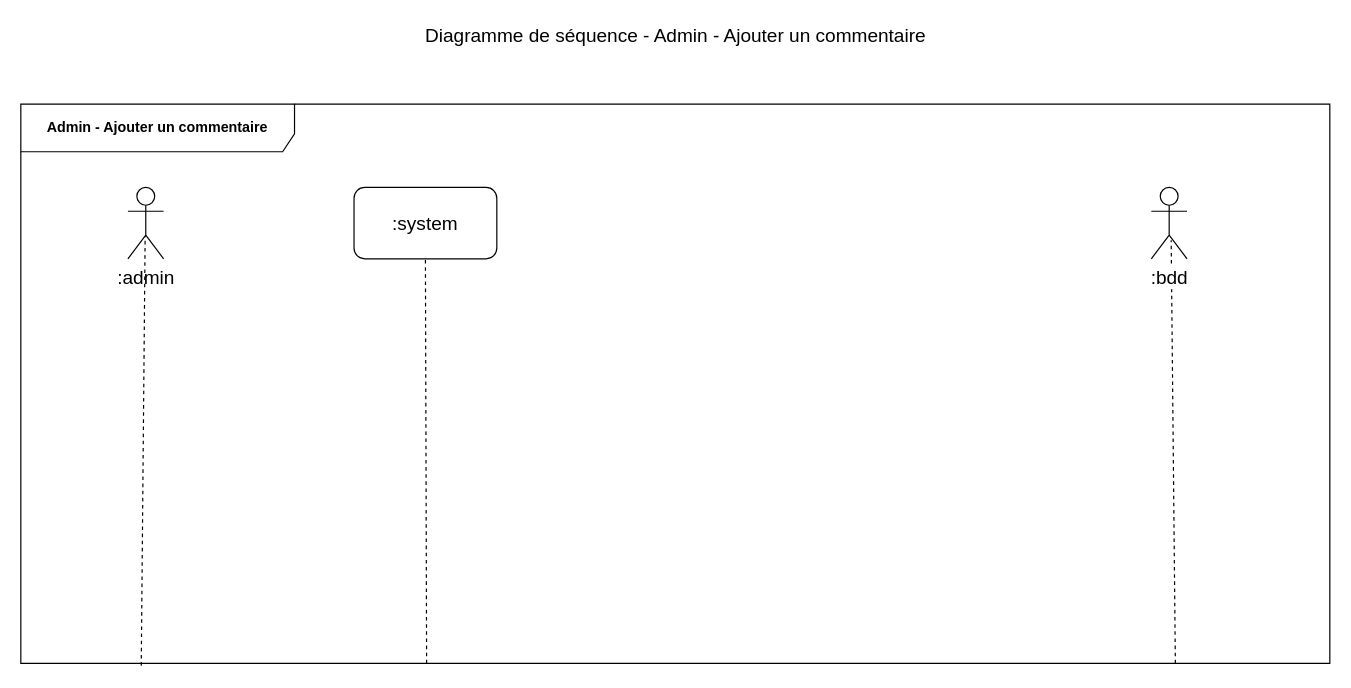
This is uml-diagrams/drawio/diagram-sequence-admin-add-comments.drawio from thomas-claireau/PHP---P6-Openclassrooms, a draw.io file, before an edit. Source tidied: cells renumbered, new cells numbered last; positions are measured from the earlier drawing's top-left corner, leaving out a move shared by most shapes. Both pictures are drawn from the tidied source at 119%, with x=0, y=0 at pixel (20, 20).
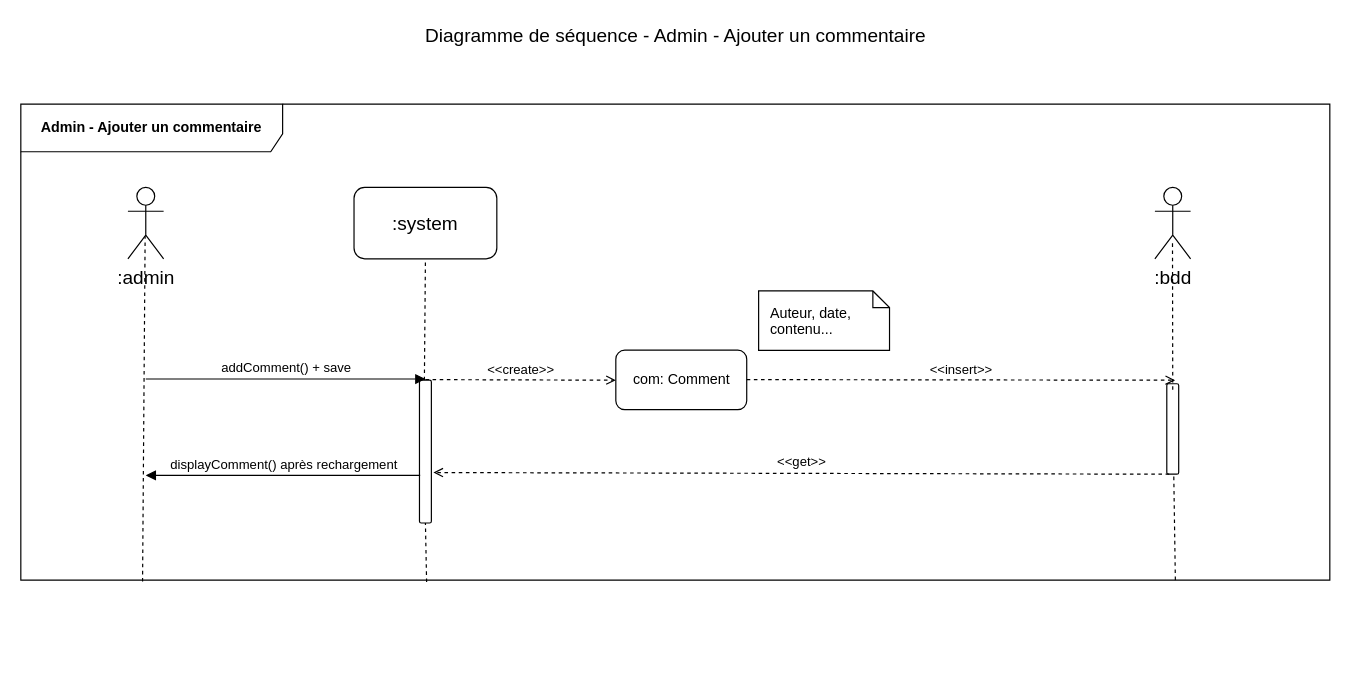
The same diagram, later.

Commit message (it also covers changes not shown here):
update sequence diagram

Unchanged cells that the change refers to:
```xml
<mxCell id="4" value=":admin" style="shape=umlActor;verticalLabelPosition=bottom;labelBackgroundColor=#ffffff;verticalAlign=top;html=1;shadow=0;strokeColor=#000000;gradientColor=none;fontSize=16;align=center;" parent="1" vertex="1">
  <mxGeometry x="90" y="140" width="30" height="60" as="geometry" />
</mxCell>
<mxCell id="5" value=":system" style="rounded=1;whiteSpace=wrap;html=1;shadow=0;labelBackgroundColor=#ffffff;strokeColor=#000000;gradientColor=none;fontSize=16;align=center;" parent="1" vertex="1">
  <mxGeometry x="280" y="140" width="120" height="60" as="geometry" />
</mxCell>
```

Change to the diagram source:
```diff
@@
-    <mxCell id="2" value="Admin - Ajouter un commentaire" style="shape=umlFrame;whiteSpace=wrap;html=1;width=230;height=40;fontStyle=1;labelBackgroundColor=#ffffff;labelBorderColor=none;gradientColor=none;swimlaneFillColor=none;shadow=0;strokeColor=#000000;" parent="1" vertex="1">
-      <mxGeometry y="70" width="1100" height="470" as="geometry" />
+    <mxCell id="2" value="Admin - Ajouter un commentaire" style="shape=umlFrame;whiteSpace=wrap;html=1;width=220;height=40;fontStyle=1;labelBackgroundColor=#ffffff;labelBorderColor=none;gradientColor=none;swimlaneFillColor=none;shadow=0;strokeColor=#000000;" parent="1" vertex="1">
+      <mxGeometry y="70" width="1100" height="400" as="geometry" />
     </mxCell>
@@
-    <mxCell id="6" style="endArrow=none;dashed=1;html=1;fontSize=16;entryX=0.482;entryY=0.683;entryDx=0;entryDy=0;entryPerimeter=0;exitX=0.092;exitY=1.004;exitDx=0;exitDy=0;exitPerimeter=0;" parent="1" edge="1" source="2" target="4">
+    <mxCell id="6" style="endArrow=none;dashed=1;html=1;fontSize=16;entryX=0.482;entryY=0.683;entryDx=0;entryDy=0;entryPerimeter=0;exitX=0.093;exitY=1.003;exitDx=0;exitDy=0;exitPerimeter=0;" parent="1" edge="1" source="2" target="4">
       <mxGeometry relative="1" as="geometry" />
     </mxCell>
-    <mxCell id="7" style="endArrow=none;dashed=1;html=1;fontSize=16;entryX=0.5;entryY=1;entryDx=0;entryDy=0;exitX=0.31;exitY=1;exitDx=0;exitDy=0;exitPerimeter=0;" parent="1" edge="1" source="2" target="5">
-      <mxGeometry relative="1" as="geometry" />
-    </mxCell>
-    <mxCell id="8" style="endArrow=none;dashed=1;html=1;fontSize=16;entryX=0.556;entryY=0.739;entryDx=0;entryDy=0;entryPerimeter=0;exitX=0.882;exitY=1;exitDx=0;exitDy=0;exitPerimeter=0;" parent="1" edge="1" source="2" target="9">
-      <mxGeometry relative="1" as="geometry" />
-    </mxCell>
+    <mxCell id="10" style="endArrow=none;dashed=1;html=1;fontSize=16;entryX=0.5;entryY=1;entryDx=0;entryDy=0;exitX=0.31;exitY=1;exitDx=0;exitDy=0;exitPerimeter=0;" parent="1" edge="1" source="14" target="5">
+      <mxGeometry relative="1" as="geometry" />
+    </mxCell>
     <mxCell id="9" value=":bdd" style="shape=umlActor;verticalLabelPosition=bottom;labelBackgroundColor=#ffffff;verticalAlign=top;html=1;shadow=0;strokeColor=#000000;gradientColor=none;fontSize=16;align=center;" parent="1" vertex="1">
-      <mxGeometry x="950" y="140" width="30" height="60" as="geometry" />
+      <mxGeometry x="953" y="140" width="30" height="60" as="geometry" />
     </mxCell>
+    <mxCell id="11" value="com: Comment" style="html=1;gradientColor=none;rounded=1;" parent="1" vertex="1">
+      <mxGeometry x="500" y="276.8" width="110" height="50" as="geometry" />
+    </mxCell>
+    <mxCell id="12" value="&amp;lt;&amp;lt;create&amp;gt;&amp;gt;" style="html=1;verticalAlign=bottom;endArrow=open;fontSize=11;dashed=1;endFill=0;" parent="1" edge="1">
+      <mxGeometry relative="1" as="geometry">
+        <mxPoint x="340" y="301.5" as="sourcePoint" />
+        <mxPoint x="500" y="302" as="targetPoint" />
+      </mxGeometry>
+    </mxCell>
+    <mxCell id="13" value="Auteur, date, contenu..." style="shape=note;whiteSpace=wrap;html=1;size=14;verticalAlign=top;align=left;spacingTop=5;rounded=1;gradientColor=none;spacingLeft=8;spacingRight=8;" parent="1" vertex="1">
+      <mxGeometry x="620" y="227" width="110" height="50" as="geometry" />
+    </mxCell>
+    <mxCell id="14" style="html=1;points=[];perimeter=orthogonalPerimeter;rounded=1;gradientColor=none;" parent="1" vertex="1">
+      <mxGeometry x="335" y="302" width="10" height="120" as="geometry" />
+    </mxCell>
+    <mxCell id="15" style="endArrow=none;dashed=1;html=1;fontSize=16;entryX=0.5;entryY=1;entryDx=0;entryDy=0;exitX=0.31;exitY=1.004;exitDx=0;exitDy=0;exitPerimeter=0;" parent="1" edge="1" source="2" target="14">
+      <mxGeometry relative="1" as="geometry" />
+    </mxCell>
+    <mxCell id="16" value="addComment() + save" style="html=1;verticalAlign=bottom;endArrow=block;fontSize=11;" parent="1" edge="1">
+      <mxGeometry relative="1" as="geometry">
+        <mxPoint x="105" y="301" as="sourcePoint" />
+        <mxPoint x="340" y="301" as="targetPoint" />
+      </mxGeometry>
+    </mxCell>
+    <mxCell id="17" style="endArrow=none;dashed=1;html=1;fontSize=16;entryX=0.556;entryY=0.739;entryDx=0;entryDy=0;entryPerimeter=0;exitX=0.882;exitY=1;exitDx=0;exitDy=0;exitPerimeter=0;" parent="1" edge="1" source="2" target="18">
+      <mxGeometry relative="1" as="geometry" />
+    </mxCell>
+    <mxCell id="18" style="html=1;points=[];perimeter=orthogonalPerimeter;rounded=1;gradientColor=none;" parent="1" vertex="1">
+      <mxGeometry x="963" y="305" width="10" height="76" as="geometry" />
+    </mxCell>
+    <mxCell id="19" value="&amp;lt;&amp;lt;insert&amp;gt;&amp;gt;" style="html=1;verticalAlign=bottom;endArrow=open;fontSize=11;dashed=1;endFill=0;" parent="1" edge="1">
+      <mxGeometry relative="1" as="geometry">
+        <mxPoint x="610" y="301.5" as="sourcePoint" />
+        <mxPoint x="970" y="302" as="targetPoint" />
+      </mxGeometry>
+    </mxCell>
+    <mxCell id="20" value="&amp;lt;&amp;lt;get&amp;gt;&amp;gt;" style="html=1;verticalAlign=bottom;endArrow=open;fontSize=11;dashed=1;endFill=0;entryX=1.168;entryY=0.713;entryDx=0;entryDy=0;entryPerimeter=0;exitX=0.146;exitY=0.999;exitDx=0;exitDy=0;exitPerimeter=0;" parent="1" edge="1">
+      <mxGeometry relative="1" as="geometry">
+        <mxPoint x="965" y="381" as="sourcePoint" />
+        <mxPoint x="346.7" y="379.6" as="targetPoint" />
+      </mxGeometry>
+    </mxCell>
+    <mxCell id="21" value="displayComment() après rechargement" style="html=1;verticalAlign=bottom;endArrow=block;fontSize=11;exitX=0.057;exitY=0.667;exitDx=0;exitDy=0;exitPerimeter=0;" parent="1" edge="1" source="14">
+      <mxGeometry relative="1" as="geometry">
+        <mxPoint x="105" y="382" as="targetPoint" />
+      </mxGeometry>
+    </mxCell>
+    <mxCell id="22" style="endArrow=none;dashed=1;html=1;fontSize=16;entryX=0.493;entryY=0.739;entryDx=0;entryDy=0;entryPerimeter=0;" parent="1" edge="1" target="9">
+      <mxGeometry relative="1" as="geometry">
+        <mxPoint x="968" y="310" as="sourcePoint" />
+      </mxGeometry>
+    </mxCell>
```
